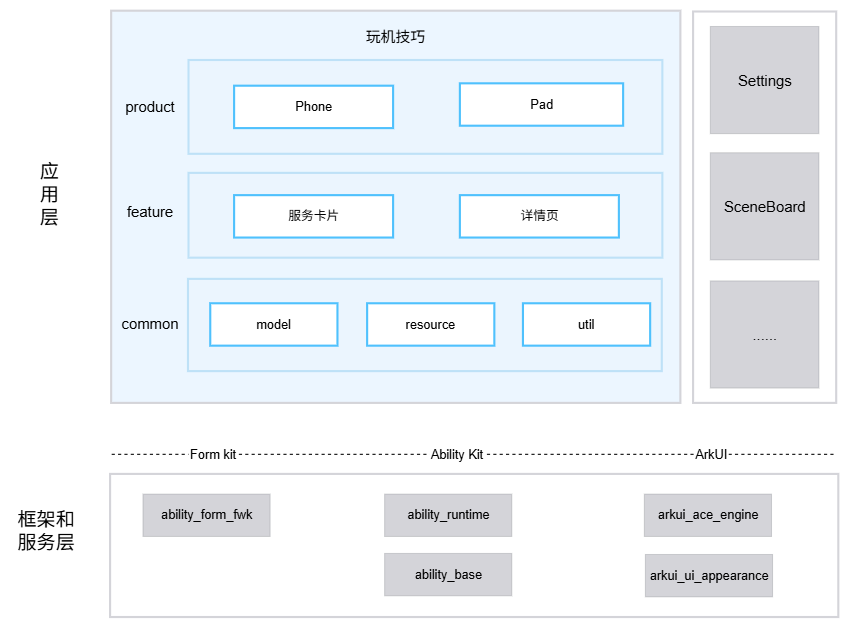
Above: docs/figures/tips_architecture.png in openharmony/applications_tips (draw.io), before the change. Source tidied: cells renumbered, new cells last; positions are measured from the earlier drawing's top-left corner, leaving out a move shared by most shapes. Its diagram source:
```xml
<mxGraphModel>
  <root>
    <mxCell id="0" />
    <mxCell id="1" parent="0" />
    <mxCell id="2" style="rounded=0;whiteSpace=wrap;html=1;strokeColor=#D4D4D9;strokeWidth=2;perimeterSpacing=0;fillColor=light-dark(#ecf6ff, #1D293B);" parent="1" vertex="1">
      <mxGeometry x="95" width="537" height="370" as="geometry" />
    </mxCell>
    <mxCell id="3" style="rounded=0;whiteSpace=wrap;html=1;strokeWidth=2;perimeterSpacing=0;strokeColor=#D4D4D9;" parent="1" vertex="1">
      <mxGeometry x="644" y="0.8" width="135" height="369.2" as="geometry" />
    </mxCell>
    <mxCell id="4" value="&lt;span style=&quot;font-size: 14px; font-weight: 400;&quot;&gt;玩机技巧&lt;/span&gt;" style="text;html=1;whiteSpace=wrap;strokeColor=none;fillColor=none;align=center;verticalAlign=middle;rounded=0;fontStyle=1;" parent="1" vertex="1">
      <mxGeometry x="253.5" y="0.8" width="220" height="48" as="geometry" />
    </mxCell>
    <mxCell id="5" style="rounded=0;whiteSpace=wrap;html=1;strokeColor=#D4D4D9;strokeWidth=2;" parent="1" vertex="1">
      <mxGeometry x="94" y="437" width="687" height="135" as="geometry" />
    </mxCell>
    <mxCell id="6" value="&lt;div&gt;SceneBoard&lt;/div&gt;" style="rounded=0;whiteSpace=wrap;html=1;fontSize=14;fillColor=light-dark(#d4d4d9, #202020);strokeColor=#36393d;strokeWidth=0;" parent="1" vertex="1">
      <mxGeometry x="660.2" y="134" width="102.5" height="101.1" as="geometry" />
    </mxCell>
    <mxCell id="7" value="ability_form_fwk" style="rounded=0;whiteSpace=wrap;html=1;fillColor=#D4D4D9;strokeColor=#36393d;strokeWidth=0;" parent="1" vertex="1">
      <mxGeometry x="125" y="456" width="120" height="40" as="geometry" />
    </mxCell>
    <mxCell id="8" value="ability_base" style="rounded=0;whiteSpace=wrap;html=1;fillColor=#D4D4D9;strokeColor=#36393d;strokeWidth=0;" parent="1" vertex="1">
      <mxGeometry x="353" y="512" width="120" height="40" as="geometry" />
    </mxCell>
    <mxCell id="9" value="ability_runtime" style="rounded=0;whiteSpace=wrap;html=1;fillColor=#D4D4D9;strokeColor=#36393d;strokeWidth=0;" parent="1" vertex="1">
      <mxGeometry x="353" y="456" width="120" height="40" as="geometry" />
    </mxCell>
    <mxCell id="10" value="arkui_ace_engine" style="rounded=0;whiteSpace=wrap;html=1;fillColor=#D4D4D9;strokeColor=#36393d;strokeWidth=0;" parent="1" vertex="1">
      <mxGeometry x="598" y="456" width="120" height="40" as="geometry" />
    </mxCell>
    <mxCell id="11" value="应用层" style="text;html=1;whiteSpace=wrap;strokeColor=none;fillColor=none;align=center;verticalAlign=middle;rounded=0;labelWidth=1;fontSize=18;" parent="1" vertex="1">
      <mxGeometry x="7" y="159" width="60" height="30" as="geometry" />
    </mxCell>
    <mxCell id="12" value="框架和服务层" style="text;html=1;whiteSpace=wrap;strokeColor=none;fillColor=none;align=center;verticalAlign=middle;rounded=0;fontSize=18;" parent="1" vertex="1">
      <mxGeometry y="476" width="67" height="30" as="geometry" />
    </mxCell>
    <mxCell id="13" value="&lt;font style=&quot;font-size: 14px;&quot;&gt;product&lt;/font&gt;" style="text;html=1;whiteSpace=wrap;strokeColor=none;fillColor=none;align=center;verticalAlign=middle;rounded=0;rotation=0;direction=east;textDirection=rtl;" parent="1" vertex="1">
      <mxGeometry x="121" y="48.8" width="21" height="84" as="geometry" />
    </mxCell>
    <mxCell id="14" style="rounded=0;whiteSpace=wrap;html=1;fillColor=#EBF5FE;strokeColor=light-dark(#BEE1F7,#5C79A3);strokeWidth=2;" parent="1" vertex="1">
      <mxGeometry x="168" y="46.5" width="447" height="88.5" as="geometry" />
    </mxCell>
    <mxCell id="15" value="Phone" style="rounded=0;whiteSpace=wrap;html=1;strokeColor=#4FC1FD;strokeWidth=2;" parent="1" vertex="1">
      <mxGeometry x="211" y="70.8" width="150" height="40" as="geometry" />
    </mxCell>
    <mxCell id="16" value="Pad" style="rounded=0;whiteSpace=wrap;html=1;strokeColor=#4FC1FD;strokeWidth=2;" parent="1" vertex="1">
      <mxGeometry x="424" y="68.5" width="154" height="40" as="geometry" />
    </mxCell>
    <mxCell id="17" value="&lt;span style=&quot;font-size: 14px;&quot;&gt;feature&lt;/span&gt;" style="text;html=1;whiteSpace=wrap;strokeColor=none;fillColor=none;align=center;verticalAlign=middle;rounded=0;rotation=0;direction=east;textDirection=rtl;" parent="1" vertex="1">
      <mxGeometry x="121" y="147.5" width="21" height="84" as="geometry" />
    </mxCell>
    <mxCell id="18" value="&lt;span style=&quot;font-size: 14px;&quot;&gt;common&lt;/span&gt;" style="text;html=1;whiteSpace=wrap;strokeColor=none;fillColor=none;align=center;verticalAlign=middle;rounded=0;rotation=0;direction=east;textDirection=rtl;" parent="1" vertex="1">
      <mxGeometry x="121" y="253" width="21" height="84" as="geometry" />
    </mxCell>
    <mxCell id="19" style="rounded=0;whiteSpace=wrap;html=1;fillColor=#EBF5FE;strokeColor=#BEE1F7;strokeWidth=2;" parent="1" vertex="1">
      <mxGeometry x="168" y="153" width="447" height="80" as="geometry" />
    </mxCell>
    <mxCell id="20" value="服务卡片" style="rounded=0;whiteSpace=wrap;html=1;strokeColor=#4FC1FD;strokeWidth=2;" parent="1" vertex="1">
      <mxGeometry x="211" y="174" width="150" height="40" as="geometry" />
    </mxCell>
    <mxCell id="21" value="详情页" style="rounded=0;whiteSpace=wrap;html=1;strokeColor=#4FC1FD;strokeWidth=2;" parent="1" vertex="1">
      <mxGeometry x="424" y="174" width="150" height="40" as="geometry" />
    </mxCell>
    <mxCell id="22" style="rounded=0;whiteSpace=wrap;html=1;fillColor=#EBF5FE;strokeColor=#BEE1F7;strokeWidth=2;" parent="1" vertex="1">
      <mxGeometry x="167.5" y="253" width="447" height="87" as="geometry" />
    </mxCell>
    <mxCell id="23" value="model" style="rounded=0;whiteSpace=wrap;html=1;strokeColor=#4FC1FD;strokeWidth=2;" parent="1" vertex="1">
      <mxGeometry x="188.5" y="276" width="120" height="40" as="geometry" />
    </mxCell>
    <mxCell id="24" value="resource" style="rounded=0;whiteSpace=wrap;html=1;strokeColor=#4FC1FD;strokeWidth=2;" parent="1" vertex="1">
      <mxGeometry x="336.5" y="276" width="120" height="40" as="geometry" />
    </mxCell>
    <mxCell id="25" style="endArrow=none;dashed=1;html=1;rounded=0;labelBackgroundColor=default;" parent="1" edge="1">
      <mxGeometry relative="1" as="geometry">
        <mxPoint x="95" y="418" as="sourcePoint" />
        <mxPoint x="779" y="418" as="targetPoint" />
      </mxGeometry>
    </mxCell>
    <mxCell id="26" value="Ability Kit" style="text;html=1;whiteSpace=wrap;strokeColor=none;fillColor=none;align=center;verticalAlign=middle;rounded=0;labelBackgroundColor=default;labelBorderColor=#FFFFFF;" parent="1" vertex="1">
      <mxGeometry x="391" y="404" width="60" height="30" as="geometry" />
    </mxCell>
    <mxCell id="27" value="Form kit" style="text;html=1;whiteSpace=wrap;strokeColor=none;fillColor=none;align=center;verticalAlign=middle;rounded=0;labelBackgroundColor=default;labelBorderColor=#FFFFFF;" parent="1" vertex="1">
      <mxGeometry x="161" y="404" width="60" height="30" as="geometry" />
    </mxCell>
    <mxCell id="28" value="util" style="rounded=0;whiteSpace=wrap;html=1;strokeColor=#4FC1FD;strokeWidth=2;" parent="1" vertex="1">
      <mxGeometry x="483.5" y="276" width="120" height="40" as="geometry" />
    </mxCell>
    <mxCell id="29" value="ArkUI" style="text;html=1;whiteSpace=wrap;strokeColor=none;fillColor=none;align=center;verticalAlign=middle;rounded=0;labelBackgroundColor=default;labelBorderColor=#FFFFFF;" parent="1" vertex="1">
      <mxGeometry x="631" y="404" width="60" height="30" as="geometry" />
    </mxCell>
    <mxCell id="30" value="&lt;div&gt;Settings&lt;/div&gt;" style="rounded=0;whiteSpace=wrap;html=1;fontSize=14;fillColor=light-dark(#d4d4d9, #202020);strokeColor=#36393d;strokeWidth=0;" parent="1" vertex="1">
      <mxGeometry x="660.2" y="14.9" width="102.5" height="101.1" as="geometry" />
    </mxCell>
    <mxCell id="31" value="&lt;div&gt;......&lt;/div&gt;" style="rounded=0;whiteSpace=wrap;html=1;fontSize=14;fillColor=light-dark(#d4d4d9, #202020);strokeColor=#36393d;strokeWidth=0;" parent="1" vertex="1">
      <mxGeometry x="660.2" y="254.9" width="102.5" height="101.1" as="geometry" />
    </mxCell>
    <mxCell id="32" value="arkui_ui_appearance" style="rounded=0;whiteSpace=wrap;html=1;fillColor=#D4D4D9;strokeColor=#36393d;strokeWidth=0;" parent="1" vertex="1">
      <mxGeometry x="599" y="513" width="120" height="40" as="geometry" />
    </mxCell>
  </root>
</mxGraphModel>
```
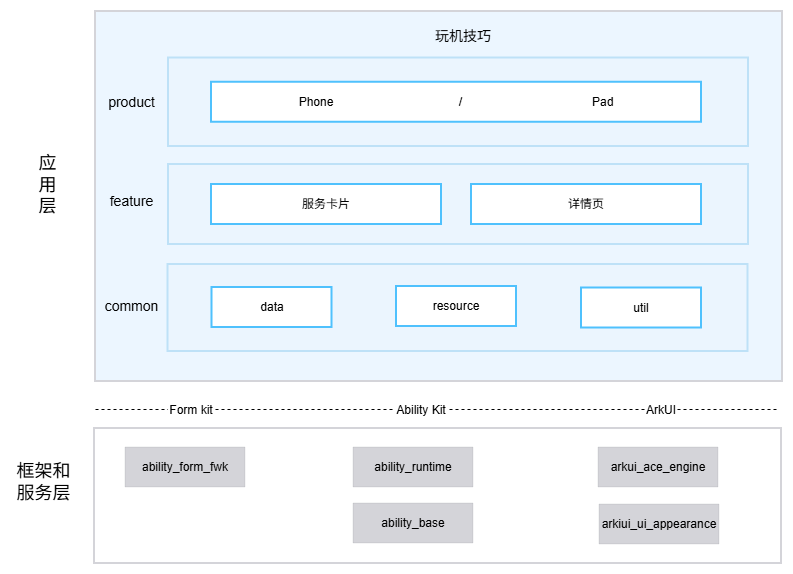
Later version of the same file.

Commit message:
修改README并优化架构图

Diff of the diagram source:
```diff
@@ -3,50 +3,41 @@
     <mxCell id="0" />
     <mxCell id="1" parent="0" />
     <mxCell id="2" style="rounded=0;whiteSpace=wrap;html=1;strokeColor=#D4D4D9;strokeWidth=2;perimeterSpacing=0;fillColor=light-dark(#ecf6ff, #1D293B);" parent="1" vertex="1">
-      <mxGeometry x="95" width="537" height="370" as="geometry" />
+      <mxGeometry x="95" width="687" height="370" as="geometry" />
     </mxCell>
-    <mxCell id="3" style="rounded=0;whiteSpace=wrap;html=1;strokeWidth=2;perimeterSpacing=0;strokeColor=#D4D4D9;" parent="1" vertex="1">
-      <mxGeometry x="644" y="0.8" width="135" height="369.2" as="geometry" />
-    </mxCell>
     <mxCell id="4" value="&lt;span style=&quot;font-size: 14px; font-weight: 400;&quot;&gt;玩机技巧&lt;/span&gt;" style="text;html=1;whiteSpace=wrap;strokeColor=none;fillColor=none;align=center;verticalAlign=middle;rounded=0;fontStyle=1;" parent="1" vertex="1">
-      <mxGeometry x="253.5" y="0.8" width="220" height="48" as="geometry" />
+      <mxGeometry x="353" y="0.8" width="220" height="48" as="geometry" />
     </mxCell>
     <mxCell id="5" style="rounded=0;whiteSpace=wrap;html=1;strokeColor=#D4D4D9;strokeWidth=2;" parent="1" vertex="1">
-      <mxGeometry x="94" y="437" width="687" height="135" as="geometry" />
+      <mxGeometry x="94" y="417" width="687" height="135" as="geometry" />
     </mxCell>
-    <mxCell id="6" value="&lt;div&gt;SceneBoard&lt;/div&gt;" style="rounded=0;whiteSpace=wrap;html=1;fontSize=14;fillColor=light-dark(#d4d4d9, #202020);strokeColor=#36393d;strokeWidth=0;" parent="1" vertex="1">
-      <mxGeometry x="660.2" y="134" width="102.5" height="101.1" as="geometry" />
-    </mxCell>
     <mxCell id="7" value="ability_form_fwk" style="rounded=0;whiteSpace=wrap;html=1;fillColor=#D4D4D9;strokeColor=#36393d;strokeWidth=0;" parent="1" vertex="1">
-      <mxGeometry x="125" y="456" width="120" height="40" as="geometry" />
+      <mxGeometry x="125" y="436" width="120" height="40" as="geometry" />
     </mxCell>
     <mxCell id="8" value="ability_base" style="rounded=0;whiteSpace=wrap;html=1;fillColor=#D4D4D9;strokeColor=#36393d;strokeWidth=0;" parent="1" vertex="1">
-      <mxGeometry x="353" y="512" width="120" height="40" as="geometry" />
+      <mxGeometry x="353" y="492" width="120" height="40" as="geometry" />
     </mxCell>
     <mxCell id="9" value="ability_runtime" style="rounded=0;whiteSpace=wrap;html=1;fillColor=#D4D4D9;strokeColor=#36393d;strokeWidth=0;" parent="1" vertex="1">
-      <mxGeometry x="353" y="456" width="120" height="40" as="geometry" />
+      <mxGeometry x="353" y="436" width="120" height="40" as="geometry" />
     </mxCell>
     <mxCell id="10" value="arkui_ace_engine" style="rounded=0;whiteSpace=wrap;html=1;fillColor=#D4D4D9;strokeColor=#36393d;strokeWidth=0;" parent="1" vertex="1">
-      <mxGeometry x="598" y="456" width="120" height="40" as="geometry" />
+      <mxGeometry x="598" y="436" width="120" height="40" as="geometry" />
     </mxCell>
     <mxCell id="11" value="应用层" style="text;html=1;whiteSpace=wrap;strokeColor=none;fillColor=none;align=center;verticalAlign=middle;rounded=0;labelWidth=1;fontSize=18;" parent="1" vertex="1">
-      <mxGeometry x="7" y="159" width="60" height="30" as="geometry" />
+      <mxGeometry x="17" y="159" width="60" height="30" as="geometry" />
     </mxCell>
     <mxCell id="12" value="框架和服务层" style="text;html=1;whiteSpace=wrap;strokeColor=none;fillColor=none;align=center;verticalAlign=middle;rounded=0;fontSize=18;" parent="1" vertex="1">
-      <mxGeometry y="476" width="67" height="30" as="geometry" />
+      <mxGeometry x="10" y="456" width="67" height="30" as="geometry" />
     </mxCell>
     <mxCell id="13" value="&lt;font style=&quot;font-size: 14px;&quot;&gt;product&lt;/font&gt;" style="text;html=1;whiteSpace=wrap;strokeColor=none;fillColor=none;align=center;verticalAlign=middle;rounded=0;rotation=0;direction=east;textDirection=rtl;" parent="1" vertex="1">
       <mxGeometry x="121" y="48.8" width="21" height="84" as="geometry" />
     </mxCell>
     <mxCell id="14" style="rounded=0;whiteSpace=wrap;html=1;fillColor=#EBF5FE;strokeColor=light-dark(#BEE1F7,#5C79A3);strokeWidth=2;" parent="1" vertex="1">
-      <mxGeometry x="168" y="46.5" width="447" height="88.5" as="geometry" />
+      <mxGeometry x="168" y="46.5" width="580" height="88.5" as="geometry" />
     </mxCell>
-    <mxCell id="15" value="Phone" style="rounded=0;whiteSpace=wrap;html=1;strokeColor=#4FC1FD;strokeWidth=2;" parent="1" vertex="1">
-      <mxGeometry x="211" y="70.8" width="150" height="40" as="geometry" />
+    <mxCell id="15" value="Phone&lt;span style=&quot;white-space: pre;&quot;&gt;&#9;&lt;/span&gt;&lt;span style=&quot;white-space: pre;&quot;&gt;&#9;&lt;/span&gt;&lt;span style=&quot;white-space: pre;&quot;&gt;&#9;&lt;/span&gt;&lt;span style=&quot;white-space: pre;&quot;&gt;&#9;&lt;span style=&quot;white-space: pre;&quot;&gt;&#9;&lt;/span&gt;&lt;/span&gt;/&lt;span style=&quot;white-space: pre;&quot;&gt;&#9;&lt;span style=&quot;white-space: pre;&quot;&gt;&#9;&lt;span style=&quot;white-space: pre;&quot;&gt;&#9;&lt;span style=&quot;white-space: pre;&quot;&gt;&#9;&lt;span style=&quot;white-space: pre;&quot;&gt;&#9;&lt;/span&gt;&lt;/span&gt;&lt;/span&gt;&lt;/span&gt;&lt;/span&gt;Pad" style="rounded=0;whiteSpace=wrap;html=1;strokeColor=#4FC1FD;strokeWidth=2;" parent="1" vertex="1">
+      <mxGeometry x="211" y="70.8" width="490" height="40" as="geometry" />
     </mxCell>
-    <mxCell id="16" value="Pad" style="rounded=0;whiteSpace=wrap;html=1;strokeColor=#4FC1FD;strokeWidth=2;" parent="1" vertex="1">
-      <mxGeometry x="424" y="68.5" width="154" height="40" as="geometry" />
-    </mxCell>
     <mxCell id="17" value="&lt;span style=&quot;font-size: 14px;&quot;&gt;feature&lt;/span&gt;" style="text;html=1;whiteSpace=wrap;strokeColor=none;fillColor=none;align=center;verticalAlign=middle;rounded=0;rotation=0;direction=east;textDirection=rtl;" parent="1" vertex="1">
       <mxGeometry x="121" y="147.5" width="21" height="84" as="geometry" />
     </mxCell>
@@ -54,49 +45,43 @@
       <mxGeometry x="121" y="253" width="21" height="84" as="geometry" />
     </mxCell>
     <mxCell id="19" style="rounded=0;whiteSpace=wrap;html=1;fillColor=#EBF5FE;strokeColor=#BEE1F7;strokeWidth=2;" parent="1" vertex="1">
-      <mxGeometry x="168" y="153" width="447" height="80" as="geometry" />
+      <mxGeometry x="168" y="153" width="580" height="80" as="geometry" />
     </mxCell>
     <mxCell id="20" value="服务卡片" style="rounded=0;whiteSpace=wrap;html=1;strokeColor=#4FC1FD;strokeWidth=2;" parent="1" vertex="1">
-      <mxGeometry x="211" y="174" width="150" height="40" as="geometry" />
+      <mxGeometry x="211" y="173" width="230" height="40" as="geometry" />
     </mxCell>
     <mxCell id="21" value="详情页" style="rounded=0;whiteSpace=wrap;html=1;strokeColor=#4FC1FD;strokeWidth=2;" parent="1" vertex="1">
-      <mxGeometry x="424" y="174" width="150" height="40" as="geometry" />
+      <mxGeometry x="471" y="173" width="230" height="40" as="geometry" />
     </mxCell>
     <mxCell id="22" style="rounded=0;whiteSpace=wrap;html=1;fillColor=#EBF5FE;strokeColor=#BEE1F7;strokeWidth=2;" parent="1" vertex="1">
-      <mxGeometry x="167.5" y="253" width="447" height="87" as="geometry" />
+      <mxGeometry x="167.5" y="253" width="580" height="87" as="geometry" />
     </mxCell>
-    <mxCell id="23" value="model" style="rounded=0;whiteSpace=wrap;html=1;strokeColor=#4FC1FD;strokeWidth=2;" parent="1" vertex="1">
-      <mxGeometry x="188.5" y="276" width="120" height="40" as="geometry" />
+    <mxCell id="23" value="data" style="rounded=0;whiteSpace=wrap;html=1;strokeColor=#4FC1FD;strokeWidth=2;" parent="1" vertex="1">
+      <mxGeometry x="211.5" y="276" width="120" height="40" as="geometry" />
     </mxCell>
     <mxCell id="24" value="resource" style="rounded=0;whiteSpace=wrap;html=1;strokeColor=#4FC1FD;strokeWidth=2;" parent="1" vertex="1">
-      <mxGeometry x="336.5" y="276" width="120" height="40" as="geometry" />
+      <mxGeometry x="396" y="275" width="120" height="40" as="geometry" />
     </mxCell>
     <mxCell id="25" style="endArrow=none;dashed=1;html=1;rounded=0;labelBackgroundColor=default;" parent="1" edge="1">
       <mxGeometry relative="1" as="geometry">
-        <mxPoint x="95" y="418" as="sourcePoint" />
-        <mxPoint x="779" y="418" as="targetPoint" />
+        <mxPoint x="95" y="398" as="sourcePoint" />
+        <mxPoint x="779" y="398" as="targetPoint" />
       </mxGeometry>
     </mxCell>
     <mxCell id="26" value="Ability Kit" style="text;html=1;whiteSpace=wrap;strokeColor=none;fillColor=none;align=center;verticalAlign=middle;rounded=0;labelBackgroundColor=default;labelBorderColor=#FFFFFF;" parent="1" vertex="1">
-      <mxGeometry x="391" y="404" width="60" height="30" as="geometry" />
+      <mxGeometry x="391" y="384" width="60" height="30" as="geometry" />
     </mxCell>
     <mxCell id="27" value="Form kit" style="text;html=1;whiteSpace=wrap;strokeColor=none;fillColor=none;align=center;verticalAlign=middle;rounded=0;labelBackgroundColor=default;labelBorderColor=#FFFFFF;" parent="1" vertex="1">
-      <mxGeometry x="161" y="404" width="60" height="30" as="geometry" />
+      <mxGeometry x="161" y="384" width="60" height="30" as="geometry" />
     </mxCell>
     <mxCell id="28" value="util" style="rounded=0;whiteSpace=wrap;html=1;strokeColor=#4FC1FD;strokeWidth=2;" parent="1" vertex="1">
-      <mxGeometry x="483.5" y="276" width="120" height="40" as="geometry" />
+      <mxGeometry x="581" y="276.5" width="120" height="40" as="geometry" />
     </mxCell>
     <mxCell id="29" value="ArkUI" style="text;html=1;whiteSpace=wrap;strokeColor=none;fillColor=none;align=center;verticalAlign=middle;rounded=0;labelBackgroundColor=default;labelBorderColor=#FFFFFF;" parent="1" vertex="1">
-      <mxGeometry x="631" y="404" width="60" height="30" as="geometry" />
+      <mxGeometry x="631" y="384" width="60" height="30" as="geometry" />
     </mxCell>
-    <mxCell id="30" value="&lt;div&gt;Settings&lt;/div&gt;" style="rounded=0;whiteSpace=wrap;html=1;fontSize=14;fillColor=light-dark(#d4d4d9, #202020);strokeColor=#36393d;strokeWidth=0;" parent="1" vertex="1">
-      <mxGeometry x="660.2" y="14.9" width="102.5" height="101.1" as="geometry" />
-    </mxCell>
-    <mxCell id="31" value="&lt;div&gt;......&lt;/div&gt;" style="rounded=0;whiteSpace=wrap;html=1;fontSize=14;fillColor=light-dark(#d4d4d9, #202020);strokeColor=#36393d;strokeWidth=0;" parent="1" vertex="1">
-      <mxGeometry x="660.2" y="254.9" width="102.5" height="101.1" as="geometry" />
-    </mxCell>
-    <mxCell id="32" value="arkui_ui_appearance" style="rounded=0;whiteSpace=wrap;html=1;fillColor=#D4D4D9;strokeColor=#36393d;strokeWidth=0;" parent="1" vertex="1">
-      <mxGeometry x="599" y="513" width="120" height="40" as="geometry" />
+    <mxCell id="32" value="arkiui_ui_appearance" style="rounded=0;whiteSpace=wrap;html=1;fillColor=#D4D4D9;strokeColor=#36393d;strokeWidth=0;" parent="1" vertex="1">
+      <mxGeometry x="599" y="493" width="120" height="40" as="geometry" />
     </mxCell>
   </root>
 </mxGraphModel>
```
